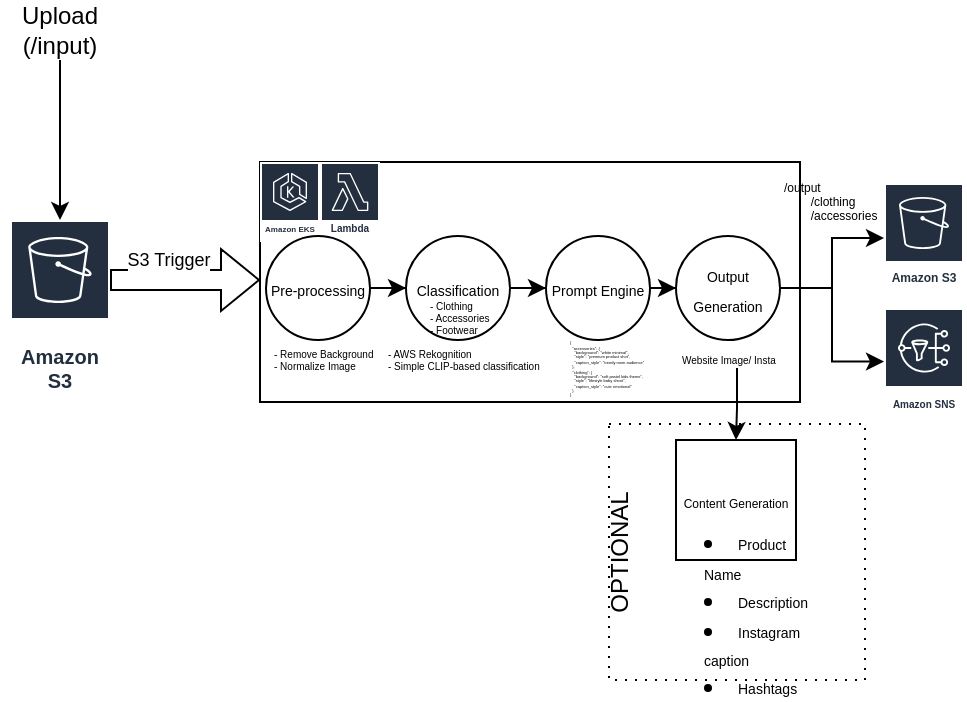
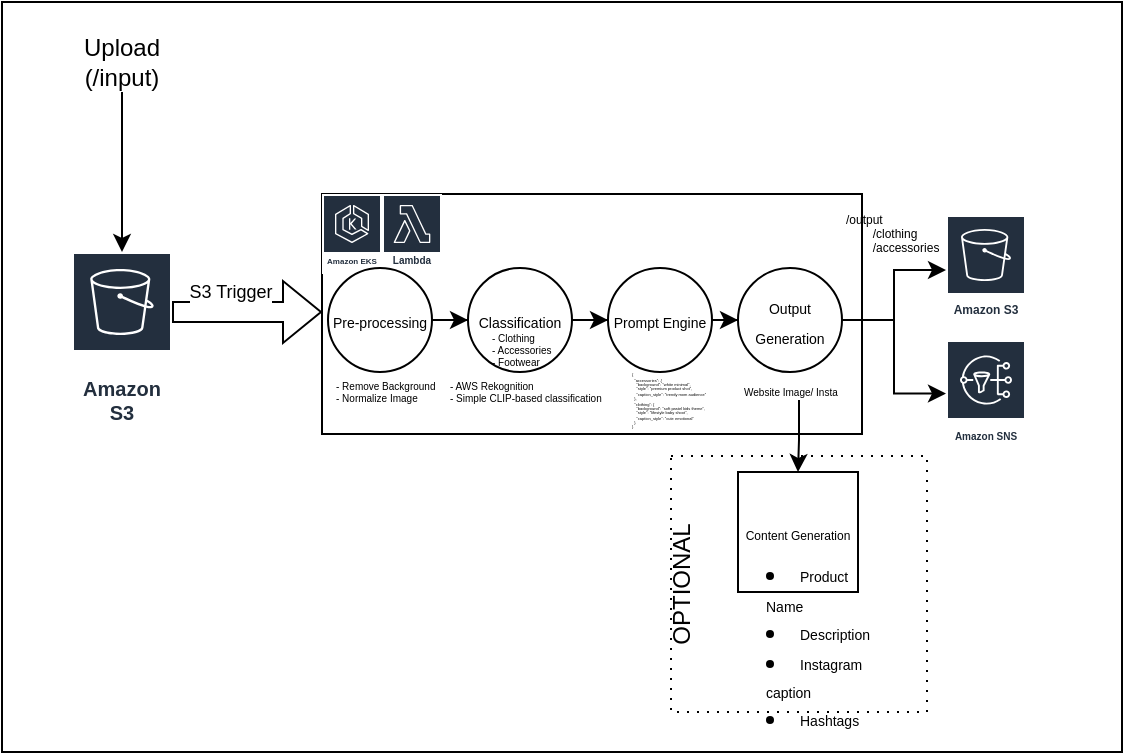
<mxfile host="app.diagrams.net">
  <diagram name="Page-1" id="KZC3-3k7DjEK-2ahWF2L">
    <mxGraphModel dx="858" dy="439" grid="1" gridSize="10" guides="1" tooltips="1" connect="1" arrows="1" fold="1" page="1" pageScale="1" pageWidth="827" pageHeight="1169" math="0" shadow="0">
      <root>
        <mxCell id="0" />
        <mxCell id="1" parent="0" />
+         <mxCell id="mihlOD1-DUIiN5NY748n-42" parent="1" style="rounded=0;whiteSpace=wrap;html=1;" value="" vertex="1">
+           <mxGeometry height="375" width="560" x="20" y="35" as="geometry" />
+         </mxCell>
        <mxCell id="mihlOD1-DUIiN5NY748n-35" parent="1" style="whiteSpace=wrap;html=1;aspect=fixed;dashed=1;dashPattern=1 4;" value="" vertex="1">
          <mxGeometry height="128" width="128" x="354.5" y="262" as="geometry" />
        </mxCell>
        <mxCell id="mihlOD1-DUIiN5NY748n-1" parent="1" style="sketch=0;outlineConnect=0;fontColor=#232F3E;gradientColor=none;strokeColor=#ffffff;fillColor=#232F3E;dashed=0;verticalLabelPosition=middle;verticalAlign=bottom;align=center;html=1;whiteSpace=wrap;fontSize=10;fontStyle=1;spacing=3;shape=mxgraph.aws4.productIcon;prIcon=mxgraph.aws4.s3;" value="Amazon S3" vertex="1">
          <mxGeometry height="90" width="50" x="55" y="160" as="geometry" />
        </mxCell>
        <mxCell id="mihlOD1-DUIiN5NY748n-2" edge="1" parent="1" style="endArrow=classic;html=1;rounded=0;" value="">
          <mxGeometry height="50" relative="1" width="50" as="geometry">
            <mxPoint x="80" y="80" as="sourcePoint" />
            <mxPoint x="80" y="160" as="targetPoint" />
          </mxGeometry>
        </mxCell>
        <mxCell id="mihlOD1-DUIiN5NY748n-3" parent="1" style="text;html=1;whiteSpace=wrap;strokeColor=none;fillColor=none;align=center;verticalAlign=middle;rounded=0;" value="Upload&lt;br&gt;(/input)" vertex="1">
          <mxGeometry height="30" width="60" x="50" y="50" as="geometry" />
        </mxCell>
        <mxCell id="mihlOD1-DUIiN5NY748n-4" edge="1" parent="1" style="shape=flexArrow;endArrow=classic;html=1;rounded=0;" value="">
          <mxGeometry height="50" relative="1" width="50" as="geometry">
            <mxPoint x="105" y="190" as="sourcePoint" />
            <mxPoint x="180" y="190" as="targetPoint" />
          </mxGeometry>
        </mxCell>
        <mxCell id="mihlOD1-DUIiN5NY748n-6" connectable="0" parent="mihlOD1-DUIiN5NY748n-4" style="edgeLabel;html=1;align=center;verticalAlign=middle;resizable=0;points=[];fontSize=9;" value="S3 Trigger" vertex="1">
          <mxGeometry relative="1" x="0.0336" y="-4" as="geometry">
            <mxPoint x="-10" y="-14" as="offset" />
          </mxGeometry>
        </mxCell>
        <mxCell id="mihlOD1-DUIiN5NY748n-7" parent="1" style="rounded=0;whiteSpace=wrap;html=1;" value="" vertex="1">
          <mxGeometry height="120" width="270" x="180" y="131" as="geometry" />
        </mxCell>
        <mxCell id="mihlOD1-DUIiN5NY748n-8" parent="1" style="sketch=0;outlineConnect=0;fontColor=#232F3E;gradientColor=none;strokeColor=#ffffff;fillColor=#232F3E;dashed=0;verticalLabelPosition=middle;verticalAlign=bottom;align=center;html=1;whiteSpace=wrap;fontSize=5;fontStyle=1;spacing=3;shape=mxgraph.aws4.productIcon;prIcon=mxgraph.aws4.eks;" value="&lt;font style=&quot;font-size: 4px;&quot;&gt;Amazon EKS&lt;/font&gt;" vertex="1">
          <mxGeometry height="40" width="30" x="180" y="131" as="geometry" />
        </mxCell>
        <mxCell id="mihlOD1-DUIiN5NY748n-14" edge="1" parent="1" source="mihlOD1-DUIiN5NY748n-9" style="edgeStyle=orthogonalEdgeStyle;rounded=0;orthogonalLoop=1;jettySize=auto;html=1;" target="mihlOD1-DUIiN5NY748n-12" value="">
          <mxGeometry relative="1" as="geometry" />
        </mxCell>
        <mxCell id="mihlOD1-DUIiN5NY748n-22" edge="1" parent="1" source="mihlOD1-DUIiN5NY748n-12" style="edgeStyle=orthogonalEdgeStyle;rounded=0;orthogonalLoop=1;jettySize=auto;html=1;" target="mihlOD1-DUIiN5NY748n-21" value="">
          <mxGeometry relative="1" as="geometry" />
        </mxCell>
        <mxCell id="mihlOD1-DUIiN5NY748n-12" parent="1" style="ellipse;whiteSpace=wrap;html=1;aspect=fixed;" value="&lt;font style=&quot;font-size: 7px;&quot;&gt;Classification&lt;/font&gt;" vertex="1">
          <mxGeometry height="52" width="52" x="253" y="168" as="geometry" />
        </mxCell>
        <mxCell id="mihlOD1-DUIiN5NY748n-15" parent="1" style="text;html=1;whiteSpace=wrap;strokeColor=none;fillColor=none;align=left;verticalAlign=middle;rounded=0;spacing=1;fontSize=5;" value="&lt;span style=&quot;line-height: 60%;&quot;&gt;- Remove Background&lt;br&gt;- Normalize Image&lt;/span&gt;" vertex="1">
          <mxGeometry height="10" width="57" x="186" y="224" as="geometry" />
        </mxCell>
        <mxCell id="mihlOD1-DUIiN5NY748n-18" parent="1" style="text;html=1;whiteSpace=wrap;strokeColor=none;fillColor=none;align=left;verticalAlign=middle;rounded=0;spacing=1;fontSize=5;fontStyle=0" value="&lt;div&gt;- AWS Rekognition&lt;/div&gt;&lt;div&gt;- Simple CLIP-based classification&lt;/div&gt;" vertex="1">
          <mxGeometry height="10" width="90" x="243" y="224" as="geometry" />
        </mxCell>
        <mxCell id="mihlOD1-DUIiN5NY748n-20" parent="1" style="text;html=1;whiteSpace=wrap;strokeColor=none;fillColor=none;align=left;verticalAlign=middle;rounded=0;spacing=1;fontSize=5;fontStyle=0" value="- Clothing&lt;br&gt;- Accessories&lt;br&gt;- Footwear" vertex="1">
          <mxGeometry height="10" width="29.5" x="263.5" y="203" as="geometry" />
        </mxCell>
        <mxCell id="mihlOD1-DUIiN5NY748n-26" edge="1" parent="1" source="mihlOD1-DUIiN5NY748n-21" style="edgeStyle=orthogonalEdgeStyle;rounded=0;orthogonalLoop=1;jettySize=auto;html=1;" target="mihlOD1-DUIiN5NY748n-25" value="">
          <mxGeometry relative="1" as="geometry" />
        </mxCell>
        <mxCell id="mihlOD1-DUIiN5NY748n-21" parent="1" style="ellipse;whiteSpace=wrap;html=1;aspect=fixed;" value="&lt;font style=&quot;font-size: 7px;&quot;&gt;Prompt Engine&lt;/font&gt;" vertex="1">
          <mxGeometry height="52" width="52" x="323" y="168" as="geometry" />
        </mxCell>
        <mxCell id="mihlOD1-DUIiN5NY748n-24" parent="1" style="text;html=1;whiteSpace=wrap;strokeColor=none;fillColor=none;align=left;verticalAlign=middle;rounded=0;spacing=1;fontSize=2;fontStyle=0" value="&lt;div&gt;{&lt;/div&gt;&lt;div&gt;&amp;nbsp; &quot;accessories&quot;: {&lt;/div&gt;&lt;div&gt;&amp;nbsp; &amp;nbsp; &quot;background&quot;: &quot;white minimal&quot;,&lt;/div&gt;&lt;div&gt;&amp;nbsp; &amp;nbsp; &quot;style&quot;: &quot;premium product shot&quot;,&lt;/div&gt;&lt;div&gt;&amp;nbsp; &amp;nbsp; &quot;caption_style&quot;: &quot;trendy mom audience&quot;&lt;/div&gt;&lt;div&gt;&amp;nbsp; },&lt;/div&gt;&lt;div&gt;&amp;nbsp; &quot;clothing&quot;: {&lt;/div&gt;&lt;div&gt;&amp;nbsp; &amp;nbsp; &quot;background&quot;: &quot;soft pastel kids theme&quot;,&lt;/div&gt;&lt;div&gt;&amp;nbsp; &amp;nbsp; &quot;style&quot;: &quot;lifestyle baby shoot&quot;,&lt;/div&gt;&lt;div&gt;&amp;nbsp; &amp;nbsp; &quot;caption_style&quot;: &quot;cute emotional&quot;&lt;/div&gt;&lt;div&gt;&amp;nbsp; }&lt;/div&gt;&lt;div&gt;}&lt;/div&gt;" vertex="1">
          <mxGeometry height="10" width="39" x="334" y="229" as="geometry" />
        </mxCell>
        <mxCell id="mihlOD1-DUIiN5NY748n-30" edge="1" parent="1" source="mihlOD1-DUIiN5NY748n-25" style="edgeStyle=orthogonalEdgeStyle;rounded=0;orthogonalLoop=1;jettySize=auto;html=1;" target="mihlOD1-DUIiN5NY748n-29" value="">
          <mxGeometry relative="1" as="geometry" />
        </mxCell>
        <mxCell id="mihlOD1-DUIiN5NY748n-41" edge="1" parent="1" source="mihlOD1-DUIiN5NY748n-25" style="edgeStyle=orthogonalEdgeStyle;rounded=0;orthogonalLoop=1;jettySize=auto;html=1;" target="mihlOD1-DUIiN5NY748n-39">
          <mxGeometry relative="1" as="geometry" />
        </mxCell>
        <mxCell id="mihlOD1-DUIiN5NY748n-25" parent="1" style="ellipse;whiteSpace=wrap;html=1;aspect=fixed;" value="&lt;font style=&quot;font-size: 7px;&quot;&gt;Output Generation&lt;/font&gt;" vertex="1">
          <mxGeometry height="52" width="52" x="388" y="168" as="geometry" />
        </mxCell>
        <mxCell id="mihlOD1-DUIiN5NY748n-33" edge="1" parent="1" source="mihlOD1-DUIiN5NY748n-27" style="edgeStyle=orthogonalEdgeStyle;rounded=0;orthogonalLoop=1;jettySize=auto;html=1;" target="mihlOD1-DUIiN5NY748n-32" value="">
          <mxGeometry relative="1" as="geometry" />
        </mxCell>
        <mxCell id="mihlOD1-DUIiN5NY748n-27" parent="1" style="text;html=1;whiteSpace=wrap;strokeColor=none;fillColor=none;align=left;verticalAlign=middle;rounded=0;spacing=1;fontSize=5;" value="Website Image/ Insta" vertex="1">
          <mxGeometry height="10" width="57" x="390" y="224" as="geometry" />
        </mxCell>
        <mxCell id="mihlOD1-DUIiN5NY748n-29" parent="1" style="sketch=0;outlineConnect=0;fontColor=#232F3E;gradientColor=none;strokeColor=#ffffff;fillColor=#232F3E;dashed=0;verticalLabelPosition=middle;verticalAlign=bottom;align=center;html=1;whiteSpace=wrap;fontSize=10;fontStyle=1;spacing=3;shape=mxgraph.aws4.productIcon;prIcon=mxgraph.aws4.s3;" value="&lt;font style=&quot;font-size: 6px;&quot;&gt;Amazon S3&lt;/font&gt;" vertex="1">
          <mxGeometry height="55" width="40" x="492" y="141.5" as="geometry" />
        </mxCell>
        <mxCell id="mihlOD1-DUIiN5NY748n-31" parent="1" style="text;html=1;whiteSpace=wrap;strokeColor=none;fillColor=none;align=left;verticalAlign=middle;rounded=0;fontSize=6;" value="/output&lt;br&gt;&lt;span style=&quot;white-space: pre;&quot;&gt;&#x9;&lt;/span&gt;/clothing&lt;br&gt;&lt;span style=&quot;white-space: pre;&quot;&gt;&#x9;&lt;/span&gt;/accessories" vertex="1">
          <mxGeometry height="30" width="60" x="440" y="136" as="geometry" />
        </mxCell>
        <mxCell id="mihlOD1-DUIiN5NY748n-32" parent="1" style="whiteSpace=wrap;html=1;aspect=fixed;" value="&lt;font style=&quot;font-size: 6px;&quot;&gt;Content Generation&lt;/font&gt;" vertex="1">
          <mxGeometry height="60" width="60" x="388" y="270" as="geometry" />
        </mxCell>
        <mxCell id="mihlOD1-DUIiN5NY748n-34" parent="1" style="text;html=1;whiteSpace=wrap;strokeColor=none;fillColor=none;align=left;verticalAlign=middle;rounded=0;" value="&lt;li data-section-id=&quot;1lghl0&quot; data-start=&quot;2025&quot; data-end=&quot;2041&quot; style=&quot;&quot;&gt;&lt;font style=&quot;font-size: 7px;&quot;&gt;&lt;font style=&quot;&quot;&gt;Product Name&lt;/font&gt;&lt;/font&gt;&lt;/li&gt;&lt;li data-section-id=&quot;1lghl0&quot; data-start=&quot;2025&quot; data-end=&quot;2041&quot; style=&quot;&quot;&gt;&lt;font style=&quot;font-size: 7px;&quot;&gt;Description&lt;/font&gt;&lt;/li&gt;&lt;li data-section-id=&quot;iarkji&quot; data-start=&quot;2096&quot; data-end=&quot;2117&quot;&gt;&lt;font style=&quot;font-size: 7px;&quot;&gt;Instagram caption&lt;/font&gt;&lt;/li&gt;&lt;li data-section-id=&quot;1myd9wb&quot; data-start=&quot;2118&quot; data-end=&quot;2130&quot;&gt;&lt;font style=&quot;font-size: 7px;&quot;&gt;Hashtags&lt;/font&gt;&lt;/li&gt;" vertex="1">
          <mxGeometry height="30" width="60" x="400" y="342" as="geometry" />
        </mxCell>
        <mxCell id="mihlOD1-DUIiN5NY748n-36" parent="1" style="text;html=1;whiteSpace=wrap;strokeColor=none;fillColor=none;align=center;verticalAlign=middle;rounded=0;direction=west;rotation=-90;" value="OPTIONAL" vertex="1">
          <mxGeometry height="30" width="60" x="330" y="311" as="geometry" />
        </mxCell>
        <mxCell id="mihlOD1-DUIiN5NY748n-38" parent="1" style="sketch=0;outlineConnect=0;fontColor=#232F3E;gradientColor=none;strokeColor=#ffffff;fillColor=#232F3E;dashed=0;verticalLabelPosition=middle;verticalAlign=bottom;align=center;html=1;whiteSpace=wrap;fontSize=5;fontStyle=1;spacing=3;shape=mxgraph.aws4.productIcon;prIcon=mxgraph.aws4.lambda;" value="AWS Lambda" vertex="1">
          <mxGeometry height="39" width="30" x="210" y="131" as="geometry" />
        </mxCell>
        <mxCell id="mihlOD1-DUIiN5NY748n-9" parent="1" style="ellipse;whiteSpace=wrap;html=1;aspect=fixed;" value="&lt;font style=&quot;font-size: 7px;&quot;&gt;Pre-processing&lt;/font&gt;" vertex="1">
          <mxGeometry height="52" width="52" x="183" y="168" as="geometry" />
        </mxCell>
        <mxCell id="mihlOD1-DUIiN5NY748n-39" parent="1" style="sketch=0;outlineConnect=0;fontColor=#232F3E;gradientColor=none;strokeColor=#ffffff;fillColor=#232F3E;dashed=0;verticalLabelPosition=middle;verticalAlign=bottom;align=center;html=1;whiteSpace=wrap;fontSize=5;fontStyle=1;spacing=3;shape=mxgraph.aws4.productIcon;prIcon=mxgraph.aws4.sns;" value="Amazon SNS" vertex="1">
          <mxGeometry height="53.5" width="40" x="492" y="204" as="geometry" />
        </mxCell>
      </root>
    </mxGraphModel>
  </diagram>
</mxfile>
